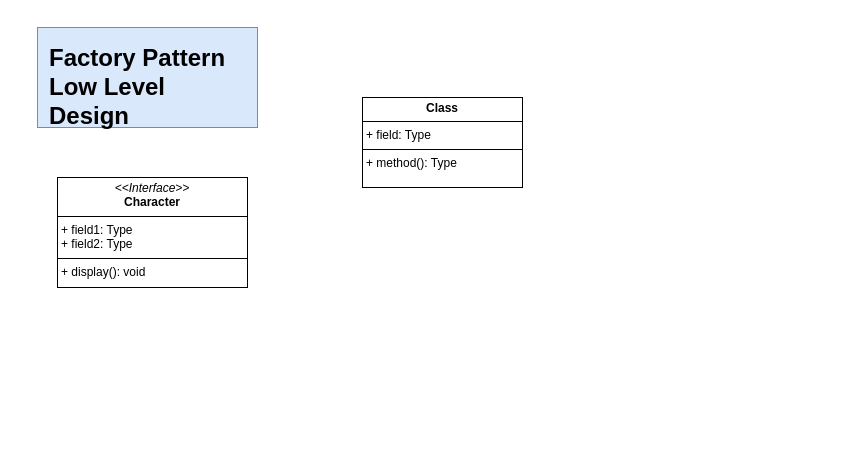
Above: VideoGameApp.drawio in uchiharizvi/design-diagrams (draw.io), before the change. Source tidied: cells renumbered, new cells numbered last; positions are measured from the earlier drawing's top-left corner, leaving out a move shared by most shapes. Both pictures are drawn from the tidied source at 100%, with x=0, y=0 at pixel (37, 27).
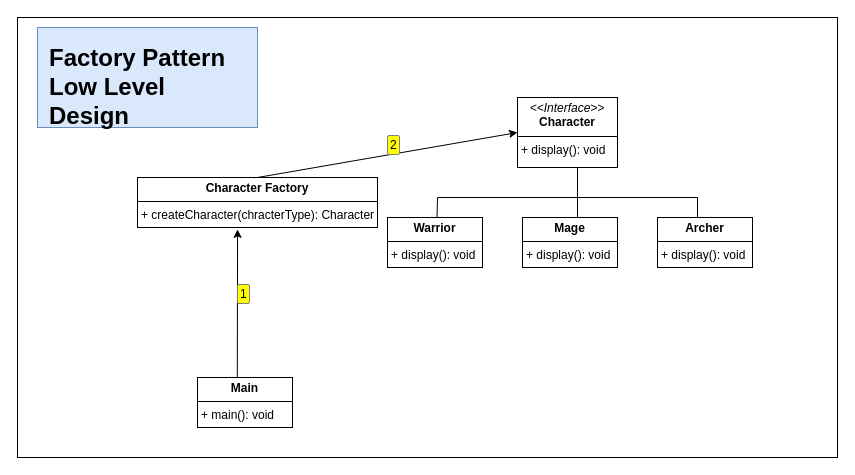
After the change.

What changed in the source:
```diff
@@
+    <mxCell id="6" style="rounded=0;whiteSpace=wrap;html=1;" parent="1" vertex="1">
+      <mxGeometry x="-20" y="-10" width="820" height="440" as="geometry" />
+    </mxCell>
@@
-    <mxCell id="4" value="&lt;p style=&quot;margin:0px;margin-top:4px;text-align:center;&quot;&gt;&lt;i&gt;&amp;lt;&amp;lt;Interface&amp;gt;&amp;gt;&lt;/i&gt;&lt;br&gt;&lt;b&gt;Character&lt;/b&gt;&lt;/p&gt;&lt;hr size=&quot;1&quot; style=&quot;border-style:solid;&quot;&gt;&lt;p style=&quot;margin:0px;margin-left:4px;&quot;&gt;+ field1: Type&lt;br&gt;+ field2: Type&lt;/p&gt;&lt;hr size=&quot;1&quot; style=&quot;border-style:solid;&quot;&gt;&lt;p style=&quot;margin:0px;margin-left:4px;&quot;&gt;+ display(): void&lt;br&gt;&lt;/p&gt;" style="verticalAlign=top;align=left;overflow=fill;html=1;whiteSpace=wrap;" parent="1" vertex="1">
-      <mxGeometry x="20" y="150" width="190" height="110" as="geometry" />
+    <mxCell id="4" value="&lt;p style=&quot;margin:0px;margin-top:4px;text-align:center;&quot;&gt;&lt;i&gt;&amp;lt;&amp;lt;Interface&amp;gt;&amp;gt;&lt;/i&gt;&lt;br&gt;&lt;b&gt;Character&lt;/b&gt;&lt;/p&gt;&lt;hr size=&quot;1&quot; style=&quot;border-style:solid;&quot;&gt;&lt;p style=&quot;margin:0px;margin-left:4px;&quot;&gt;+ display(): void&lt;br&gt;&lt;/p&gt;" style="verticalAlign=top;align=left;overflow=fill;html=1;whiteSpace=wrap;" parent="1" vertex="1">
+      <mxGeometry x="480" y="70" width="100" height="70" as="geometry" />
     </mxCell>
-    <mxCell id="5" value="&lt;p style=&quot;margin:0px;margin-top:4px;text-align:center;&quot;&gt;&lt;b&gt;Class&lt;/b&gt;&lt;/p&gt;&lt;hr size=&quot;1&quot; style=&quot;border-style:solid;&quot;/&gt;&lt;p style=&quot;margin:0px;margin-left:4px;&quot;&gt;+ field: Type&lt;/p&gt;&lt;hr size=&quot;1&quot; style=&quot;border-style:solid;&quot;/&gt;&lt;p style=&quot;margin:0px;margin-left:4px;&quot;&gt;+ method(): Type&lt;/p&gt;" style="verticalAlign=top;align=left;overflow=fill;html=1;whiteSpace=wrap;" parent="1" vertex="1">
-      <mxGeometry x="325" y="70" width="160" height="90" as="geometry" />
+    <mxCell id="5" value="&lt;p style=&quot;margin:0px;margin-top:4px;text-align:center;&quot;&gt;&lt;b&gt;Warrior&lt;/b&gt;&lt;/p&gt;&lt;hr size=&quot;1&quot; style=&quot;border-style:solid;&quot;&gt;&lt;p style=&quot;margin:0px;margin-left:4px;&quot;&gt;+ display(): void&lt;/p&gt;" style="verticalAlign=top;align=left;overflow=fill;html=1;whiteSpace=wrap;" parent="1" vertex="1">
+      <mxGeometry x="350" y="190" width="95" height="50" as="geometry" />
     </mxCell>
+    <mxCell id="7" value="&lt;p style=&quot;margin:0px;margin-top:4px;text-align:center;&quot;&gt;&lt;b&gt;Mage&lt;/b&gt;&lt;/p&gt;&lt;hr size=&quot;1&quot; style=&quot;border-style:solid;&quot;&gt;&lt;p style=&quot;margin:0px;margin-left:4px;&quot;&gt;+ display(): void&lt;/p&gt;" style="verticalAlign=top;align=left;overflow=fill;html=1;whiteSpace=wrap;" parent="1" vertex="1">
+      <mxGeometry x="485" y="190" width="95" height="50" as="geometry" />
+    </mxCell>
+    <mxCell id="8" value="&lt;p style=&quot;margin:0px;margin-top:4px;text-align:center;&quot;&gt;&lt;b&gt;Archer&lt;/b&gt;&lt;/p&gt;&lt;hr size=&quot;1&quot; style=&quot;border-style:solid;&quot;&gt;&lt;p style=&quot;margin:0px;margin-left:4px;&quot;&gt;+ display(): void&lt;/p&gt;" style="verticalAlign=top;align=left;overflow=fill;html=1;whiteSpace=wrap;" parent="1" vertex="1">
+      <mxGeometry x="620" y="190" width="95" height="50" as="geometry" />
+    </mxCell>
+    <mxCell id="9" value="&lt;p style=&quot;margin:0px;margin-top:4px;text-align:center;&quot;&gt;&lt;b&gt;Main&lt;/b&gt;&lt;/p&gt;&lt;hr size=&quot;1&quot; style=&quot;border-style:solid;&quot;&gt;&lt;p style=&quot;margin:0px;margin-left:4px;&quot;&gt;+ main(): void&lt;/p&gt;" style="verticalAlign=top;align=left;overflow=fill;html=1;whiteSpace=wrap;" parent="1" vertex="1">
+      <mxGeometry x="160" y="350" width="95" height="50" as="geometry" />
+    </mxCell>
+    <mxCell id="10" value="&lt;p style=&quot;margin:0px;margin-top:4px;text-align:center;&quot;&gt;&lt;b&gt;Character Factory&lt;/b&gt;&lt;/p&gt;&lt;hr size=&quot;1&quot; style=&quot;border-style:solid;&quot;&gt;&lt;p style=&quot;margin:0px;margin-left:4px;&quot;&gt;+ createCharacter(chracterType): Character&lt;/p&gt;" style="verticalAlign=top;align=left;overflow=fill;html=1;whiteSpace=wrap;" parent="1" vertex="1">
+      <mxGeometry x="100" y="150" width="240" height="50" as="geometry" />
+    </mxCell>
+    <mxCell id="11" style="endArrow=classic;html=1;rounded=0;exitX=0.419;exitY=-0.002;exitDx=0;exitDy=0;entryX=0.417;entryY=1.037;entryDx=0;entryDy=0;entryPerimeter=0;orthogonal=1;enumerate=1;comic=0;flowAnimation=1;exitPerimeter=0;" parent="1" edge="1" source="9" target="10">
+      <mxGeometry relative="1" as="geometry" />
+    </mxCell>
+    <mxCell id="12" style="endArrow=classic;html=1;rounded=0;flowAnimation=1;enumerate=1;exitX=0.5;exitY=0;exitDx=0;exitDy=0;entryX=0;entryY=0.5;entryDx=0;entryDy=0;" parent="1" edge="1" source="10" target="4">
+      <mxGeometry relative="1" as="geometry" />
+    </mxCell>
+    <mxCell id="13" style="endArrow=none;html=1;rounded=0;" parent="1" edge="1">
+      <mxGeometry relative="1" as="geometry">
+        <mxPoint x="400" y="170" as="sourcePoint" />
+        <mxPoint x="660" y="170" as="targetPoint" />
+      </mxGeometry>
+    </mxCell>
+    <mxCell id="14" style="endArrow=none;html=1;rounded=0;exitX=0.521;exitY=-0.001;exitDx=0;exitDy=0;exitPerimeter=0;" parent="1" edge="1" source="5">
+      <mxGeometry relative="1" as="geometry">
+        <mxPoint x="400" y="170" as="targetPoint" />
+      </mxGeometry>
+    </mxCell>
+    <mxCell id="15" style="endArrow=none;html=1;rounded=0;exitX=0.521;exitY=-0.001;exitDx=0;exitDy=0;exitPerimeter=0;" parent="1" edge="1">
+      <mxGeometry relative="1" as="geometry">
+        <mxPoint x="540" y="190" as="sourcePoint" />
+        <mxPoint x="540" y="170" as="targetPoint" />
+      </mxGeometry>
+    </mxCell>
+    <mxCell id="16" style="endArrow=none;html=1;rounded=0;exitX=0.521;exitY=-0.001;exitDx=0;exitDy=0;exitPerimeter=0;" parent="1" edge="1">
+      <mxGeometry relative="1" as="geometry">
+        <mxPoint x="660" y="190" as="sourcePoint" />
+        <mxPoint x="660" y="170" as="targetPoint" />
+      </mxGeometry>
+    </mxCell>
+    <mxCell id="17" style="endArrow=none;html=1;rounded=0;" parent="1" edge="1">
+      <mxGeometry relative="1" as="geometry">
+        <mxPoint x="540" y="170" as="sourcePoint" />
+        <mxPoint x="540" y="140" as="targetPoint" />
+      </mxGeometry>
+    </mxCell>
```
